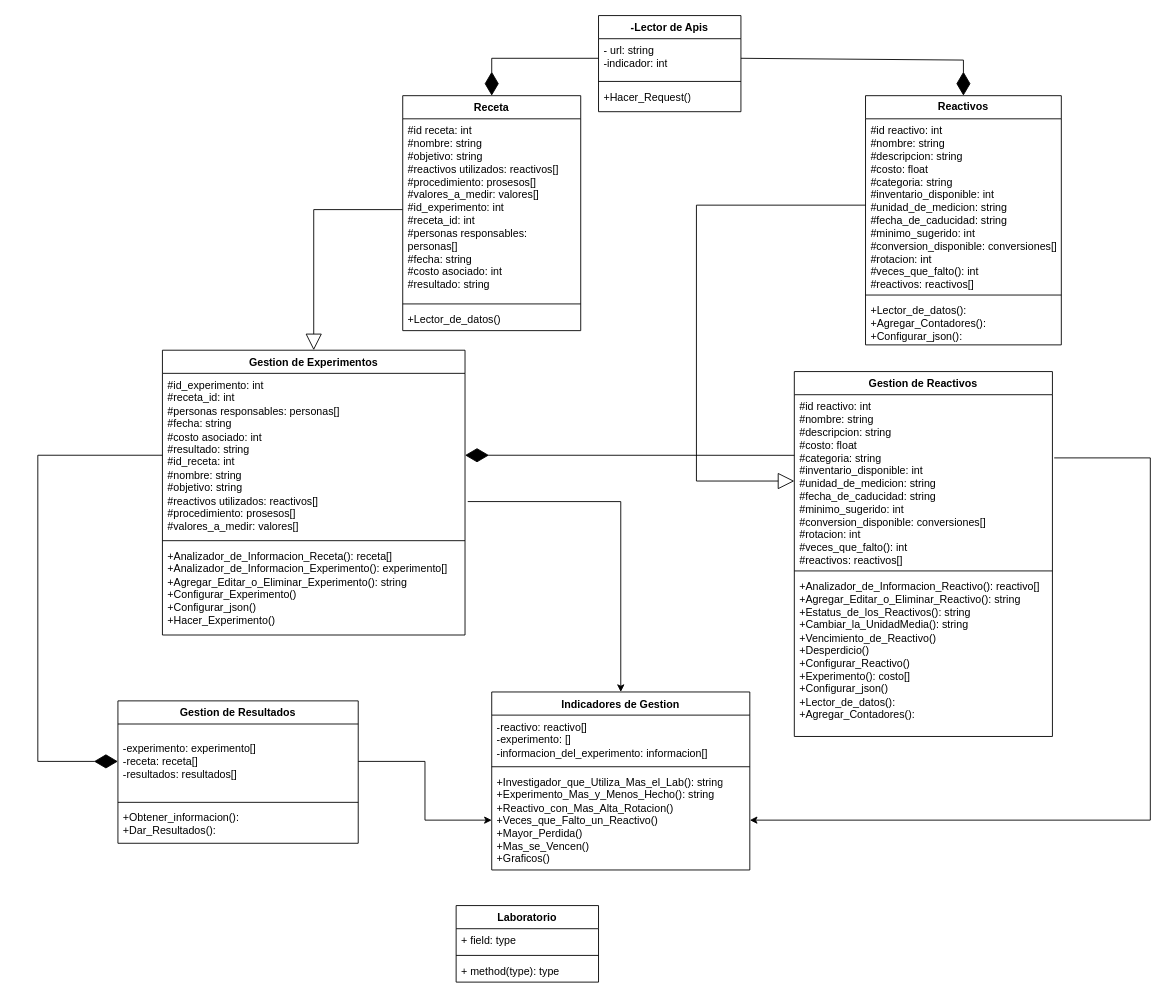
Diegoafkx/Proyecto keeps this draw.io diagram as Diagrama_proyecto.drawio. Above is the earlier version. Source tidied: cells renumbered, new cells numbered last; positions are measured from the earlier drawing's top-left corner, leaving out a move shared by most shapes. Both pictures are drawn from the tidied source at 89%, with x=0, y=0 at pixel (37, 15).
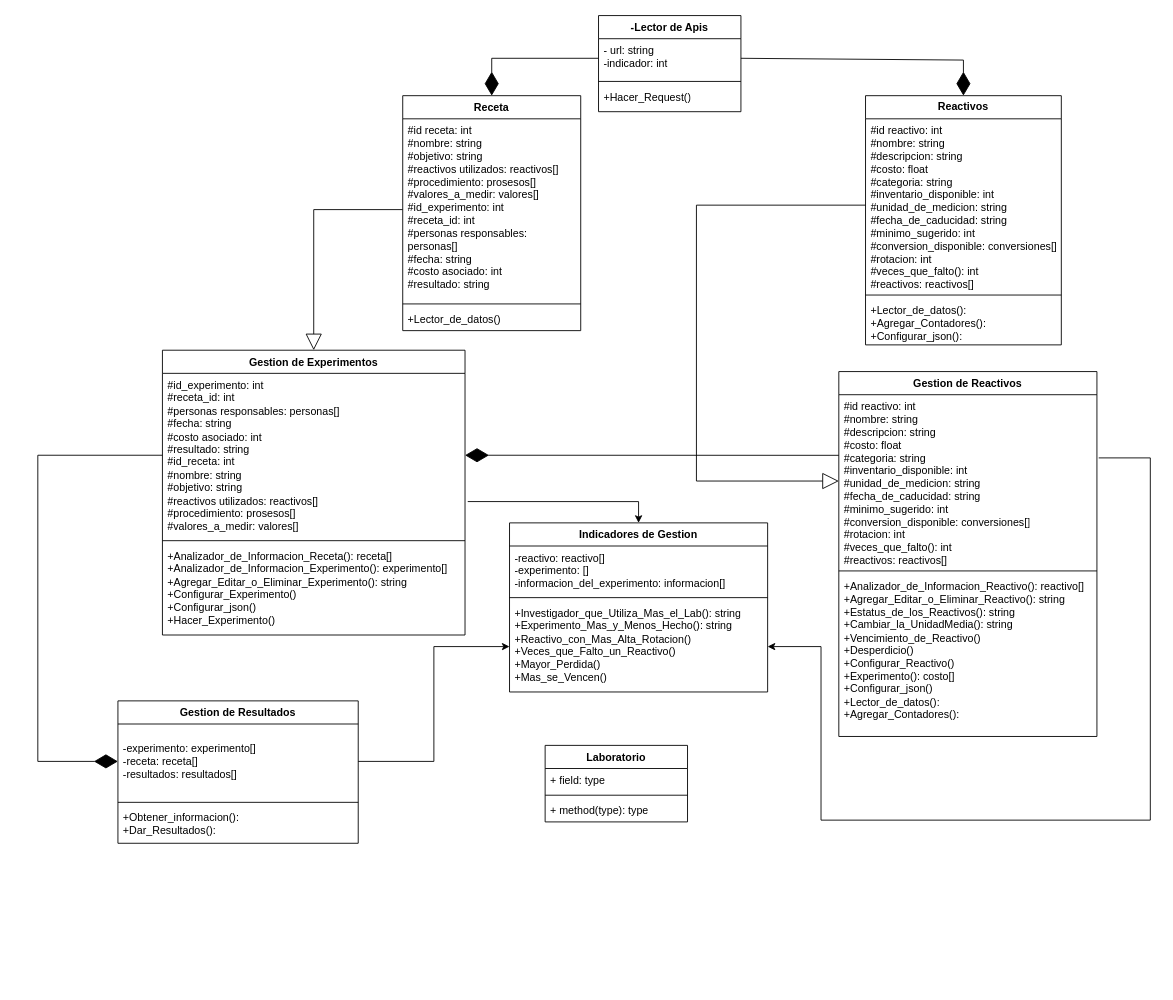
After the change.

The change refers to these unchanged cells:
```xml
<mxCell id="7" value="&lt;div&gt;#id reactivo: int&lt;/div&gt;&lt;div&gt;#nombre: string&lt;/div&gt;&lt;div&gt;#descripcion: string&lt;/div&gt;&lt;div&gt;#costo: float&lt;/div&gt;&lt;div&gt;#categoria: string&lt;/div&gt;&lt;div&gt;#inventario_disponible: int&lt;/div&gt;&lt;div&gt;#unidad_de_medicion: string&lt;/div&gt;&lt;div&gt;#fecha_de_caducidad: string&lt;/div&gt;&lt;div&gt;#minimo_sugerido: int&lt;/div&gt;&lt;div&gt;#conversion_disponible: conversiones[]&lt;/div&gt;&lt;div&gt;#rotacion: int&lt;/div&gt;&lt;div&gt;#veces_que_falto(): int&lt;/div&gt;&lt;div&gt;#reactivos: reactivos[]&lt;/div&gt;" style="text;strokeColor=none;fillColor=none;align=left;verticalAlign=top;spacingLeft=4;spacingRight=4;overflow=hidden;points=[[0,0.5],[1,0.5]];portConstraint=eastwest;whiteSpace=wrap;html=1;" parent="6" vertex="1">
  <mxGeometry y="26" width="290" height="194" as="geometry" />
</mxCell>
```

Diff of the diagram source:
```diff
@@
     <mxCell id="6" value="Gestion de Reactivos" style="swimlane;fontStyle=1;align=center;verticalAlign=top;horizontal=1;startSize=26;whiteSpace=wrap;html=1;" parent="1" vertex="1">
-      <mxGeometry x="850" y="400" width="290" height="410" as="geometry" />
+      <mxGeometry x="900" y="400" width="290" height="410" as="geometry" />
     </mxCell>
@@
     <mxCell id="18" value="Indicadores de Gestion" style="swimlane;fontStyle=1;align=center;verticalAlign=top;horizontal=1;startSize=26;whiteSpace=wrap;html=1;" parent="1" vertex="1">
-      <mxGeometry x="510" y="760" width="290" height="200" as="geometry" />
+      <mxGeometry x="530" y="570" width="290" height="190" as="geometry" />
     </mxCell>
@@
-    <mxCell id="21" value="+Investigador_que_Utiliza_Mas_el_Lab(): string&lt;div&gt;+Experimento_Mas_y_Menos_Hecho(): string&lt;/div&gt;&lt;div&gt;+Reactivo_con_Mas_Alta_Rotacion()&lt;/div&gt;&lt;div&gt;+Veces_que_Falto_un_Reactivo()&lt;/div&gt;&lt;div&gt;+Mayor_Perdida()&lt;/div&gt;&lt;div&gt;+Mas_se_Vencen()&lt;/div&gt;&lt;div&gt;&lt;div&gt;+Graficos()&lt;/div&gt;&lt;div&gt;&lt;br&gt;&lt;/div&gt;&lt;/div&gt;" style="text;strokeColor=none;fillColor=none;align=left;verticalAlign=top;spacingLeft=4;spacingRight=4;overflow=hidden;points=[[0,0.5],[1,0.5]];portConstraint=eastwest;whiteSpace=wrap;html=1;" parent="18" vertex="1">
-      <mxGeometry y="88" width="290" height="112" as="geometry" />
+    <mxCell id="21" value="+Investigador_que_Utiliza_Mas_el_Lab(): string&lt;div&gt;+Experimento_Mas_y_Menos_Hecho(): string&lt;/div&gt;&lt;div&gt;+Reactivo_con_Mas_Alta_Rotacion()&lt;/div&gt;&lt;div&gt;+Veces_que_Falto_un_Reactivo()&lt;/div&gt;&lt;div&gt;+Mayor_Perdida()&lt;/div&gt;&lt;div&gt;+Mas_se_Vencen()&lt;/div&gt;&lt;div&gt;&lt;div&gt;&lt;br&gt;&lt;/div&gt;&lt;/div&gt;" style="text;strokeColor=none;fillColor=none;align=left;verticalAlign=top;spacingLeft=4;spacingRight=4;overflow=hidden;points=[[0,0.5],[1,0.5]];portConstraint=eastwest;whiteSpace=wrap;html=1;" parent="18" vertex="1">
+      <mxGeometry y="88" width="290" height="102" as="geometry" />
     </mxCell>
@@
     <mxCell id="31" style="edgeStyle=orthogonalEdgeStyle;rounded=0;jettySize=auto;html=1;exitX=1.007;exitY=0.366;exitDx=0;exitDy=0;entryX=1;entryY=0.5;entryDx=0;entryDy=0;exitPerimeter=0;" parent="1" edge="1" source="7" target="21">
       <mxGeometry relative="1" as="geometry">
         <Array as="points">
           <mxPoint x="1250" y="497" />
           <mxPoint x="1250" y="904" />
+          <mxPoint x="880" y="904" />
+          <mxPoint x="880" y="709" />
         </Array>
       </mxGeometry>
     </mxCell>
@@
     <mxCell id="36" value="Laboratorio" style="swimlane;fontStyle=1;align=center;verticalAlign=top;horizontal=1;startSize=26;whiteSpace=wrap;html=1;" parent="1" vertex="1">
-      <mxGeometry x="470" y="1000" width="160" height="86" as="geometry" />
+      <mxGeometry x="570" y="820" width="160" height="86" as="geometry" />
     </mxCell>
```
